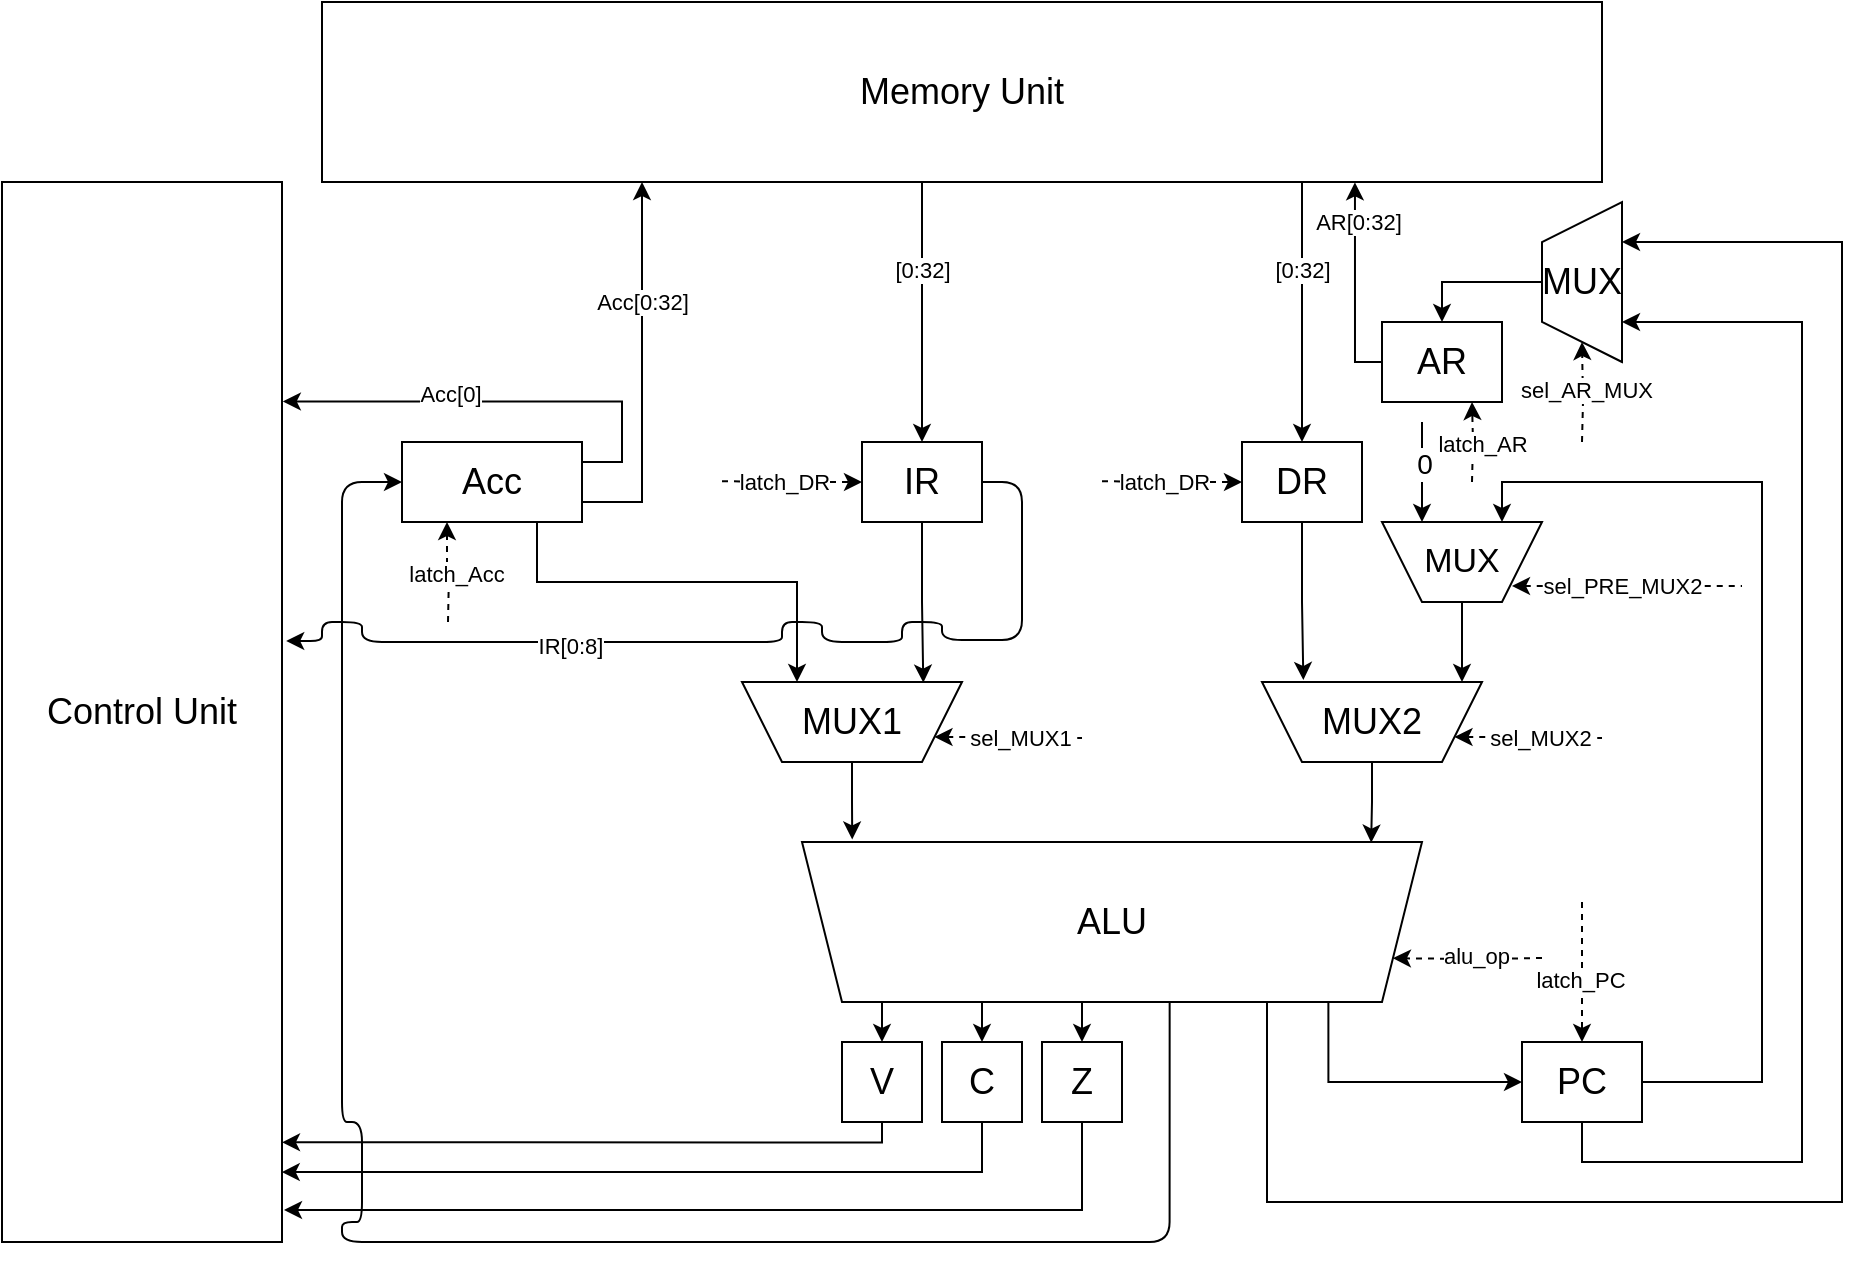
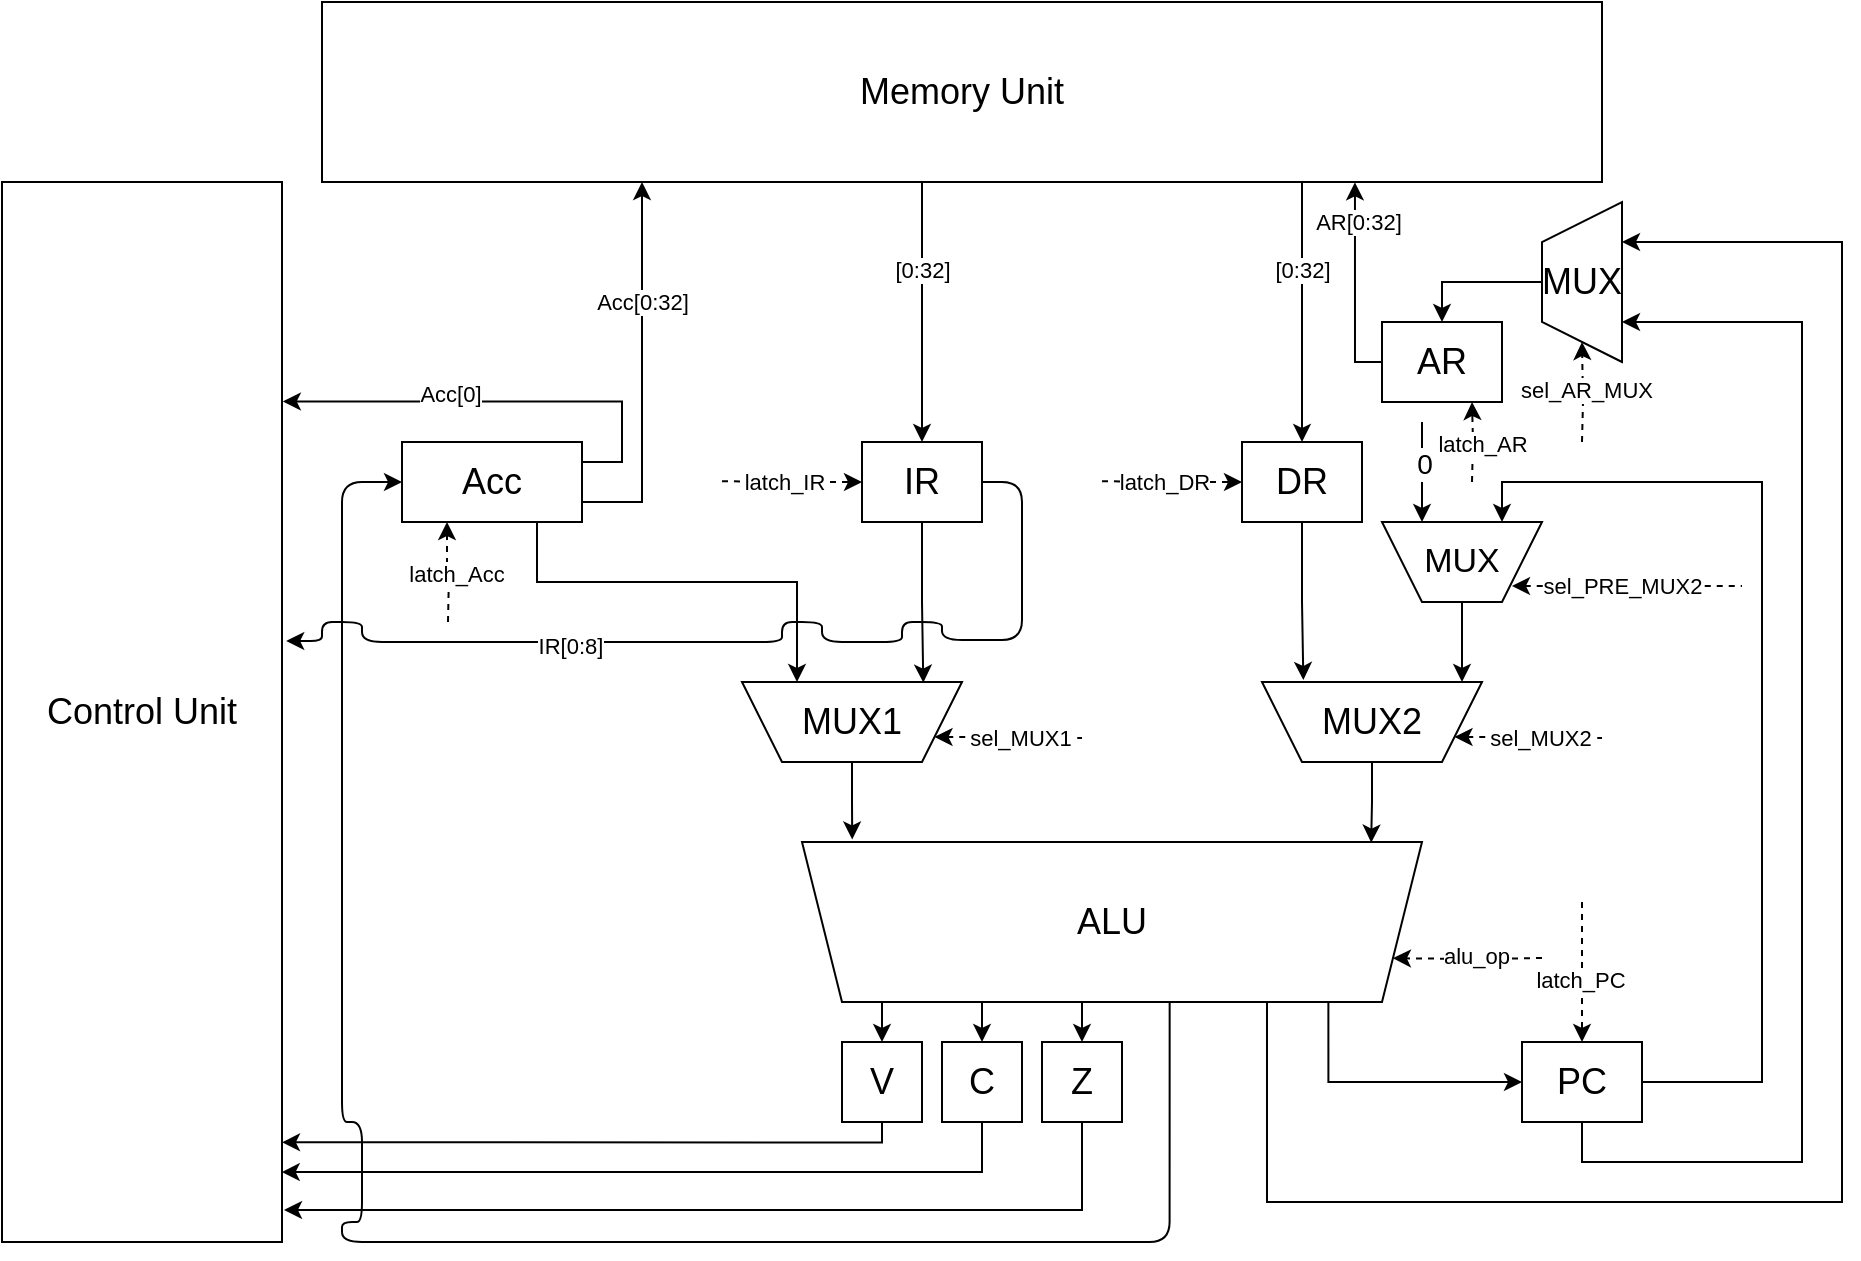
<mxfile host="app.diagrams.net">
  <diagram name="Страница-1" id="vLiC8cx5qMz4jGFI_Zea">
-     <mxGraphModel dx="2038" dy="1808" grid="1" gridSize="10" guides="1" tooltips="1" connect="1" arrows="1" fold="1" page="1" pageScale="1" pageWidth="827" pageHeight="1169" math="0" shadow="0">
+     <mxGraphModel dx="1611" dy="1039" grid="1" gridSize="10" guides="1" tooltips="1" connect="1" arrows="1" fold="1" page="0" pageScale="1" pageWidth="827" pageHeight="1169" math="0" shadow="0">
      <root>
        <mxCell id="0" />
        <mxCell id="1" parent="0" />
        <mxCell id="wsrdj6otDHAAljCVwfVV-24" edge="1" parent="1" source="wsrdj6otDHAAljCVwfVV-1" style="edgeStyle=orthogonalEdgeStyle;rounded=0;orthogonalLoop=1;jettySize=auto;html=1;entryX=0.5;entryY=0;entryDx=0;entryDy=0;" target="wsrdj6otDHAAljCVwfVV-20">
          <mxGeometry relative="1" as="geometry">
            <Array as="points">
              <mxPoint x="310" y="400" />
              <mxPoint x="310" y="400" />
            </Array>
          </mxGeometry>
        </mxCell>
        <mxCell id="wsrdj6otDHAAljCVwfVV-25" edge="1" parent="1" source="wsrdj6otDHAAljCVwfVV-1" style="edgeStyle=orthogonalEdgeStyle;rounded=0;orthogonalLoop=1;jettySize=auto;html=1;entryX=0.5;entryY=0;entryDx=0;entryDy=0;" target="wsrdj6otDHAAljCVwfVV-21">
          <mxGeometry relative="1" as="geometry">
            <Array as="points">
              <mxPoint x="360" y="410" />
              <mxPoint x="360" y="410" />
            </Array>
          </mxGeometry>
        </mxCell>
        <mxCell id="wsrdj6otDHAAljCVwfVV-26" edge="1" parent="1" source="wsrdj6otDHAAljCVwfVV-1" style="edgeStyle=orthogonalEdgeStyle;rounded=0;orthogonalLoop=1;jettySize=auto;html=1;entryX=0.5;entryY=0;entryDx=0;entryDy=0;" target="wsrdj6otDHAAljCVwfVV-22">
          <mxGeometry relative="1" as="geometry">
            <Array as="points">
              <mxPoint x="410" y="410" />
              <mxPoint x="410" y="410" />
            </Array>
          </mxGeometry>
        </mxCell>
        <mxCell id="wsrdj6otDHAAljCVwfVV-43" edge="1" parent="1" source="wsrdj6otDHAAljCVwfVV-1" style="edgeStyle=orthogonalEdgeStyle;rounded=1;orthogonalLoop=1;jettySize=auto;html=1;exitX=0.407;exitY=0.004;exitDx=0;exitDy=0;curved=0;entryX=0;entryY=0.5;entryDx=0;entryDy=0;exitPerimeter=0;" target="wsrdj6otDHAAljCVwfVV-27">
          <mxGeometry relative="1" as="geometry">
            <Array as="points">
              <mxPoint x="454" y="520" />
              <mxPoint x="40" y="520" />
              <mxPoint x="40" y="510" />
              <mxPoint x="50" y="510" />
              <mxPoint x="50" y="460" />
              <mxPoint x="40" y="460" />
              <mxPoint x="40" y="140" />
            </Array>
            <mxPoint x="50" y="390" as="targetPoint" />
          </mxGeometry>
        </mxCell>
        <mxCell id="wsrdj6otDHAAljCVwfVV-58" edge="1" parent="1" source="wsrdj6otDHAAljCVwfVV-1" style="edgeStyle=orthogonalEdgeStyle;rounded=0;orthogonalLoop=1;jettySize=auto;html=1;exitX=0.151;exitY=-0.003;exitDx=0;exitDy=0;entryX=0;entryY=0.5;entryDx=0;entryDy=0;exitPerimeter=0;" target="wsrdj6otDHAAljCVwfVV-57">
          <mxGeometry relative="1" as="geometry">
            <mxPoint x="509.9999999999998" y="410.0000000000002" as="targetPoint" />
          </mxGeometry>
        </mxCell>
        <mxCell id="wsrdj6otDHAAljCVwfVV-72" edge="1" parent="1" source="wsrdj6otDHAAljCVwfVV-1" style="edgeStyle=orthogonalEdgeStyle;rounded=0;orthogonalLoop=1;jettySize=auto;html=1;exitX=0.25;exitY=0;exitDx=0;exitDy=0;entryX=0.75;entryY=1;entryDx=0;entryDy=0;" target="wsrdj6otDHAAljCVwfVV-70">
          <mxGeometry relative="1" as="geometry">
            <Array as="points">
              <mxPoint x="503" y="500" />
              <mxPoint x="790" y="500" />
              <mxPoint x="790" y="20" />
            </Array>
          </mxGeometry>
        </mxCell>
        <mxCell id="wsrdj6otDHAAljCVwfVV-1" parent="1" style="shape=trapezoid;perimeter=trapezoidPerimeter;whiteSpace=wrap;html=1;fixedSize=1;direction=west;" value="&lt;font style=&quot;font-size: 18px;&quot;&gt;ALU&lt;/font&gt;" vertex="1">
          <mxGeometry height="80" width="310" x="270" y="320" as="geometry" />
        </mxCell>
        <mxCell id="wsrdj6otDHAAljCVwfVV-5" edge="1" parent="1" source="wsrdj6otDHAAljCVwfVV-2" style="edgeStyle=orthogonalEdgeStyle;rounded=0;orthogonalLoop=1;jettySize=auto;html=1;entryX=0.082;entryY=0.996;entryDx=0;entryDy=0;entryPerimeter=0;" target="wsrdj6otDHAAljCVwfVV-1" value="">
          <mxGeometry relative="1" as="geometry">
            <Array as="points" />
            <mxPoint x="555" y="320" as="targetPoint" />
          </mxGeometry>
        </mxCell>
        <mxCell id="wsrdj6otDHAAljCVwfVV-2" parent="1" style="shape=trapezoid;perimeter=trapezoidPerimeter;whiteSpace=wrap;html=1;fixedSize=1;direction=west;" value="&lt;font style=&quot;font-size: 18px;&quot;&gt;MUX2&lt;/font&gt;" vertex="1">
          <mxGeometry height="40" width="110" x="500" y="240" as="geometry" />
        </mxCell>
        <mxCell id="wsrdj6otDHAAljCVwfVV-4" edge="1" parent="1" source="wsrdj6otDHAAljCVwfVV-3" style="edgeStyle=orthogonalEdgeStyle;rounded=0;orthogonalLoop=1;jettySize=auto;html=1;entryX=0.919;entryY=1.016;entryDx=0;entryDy=0;entryPerimeter=0;" target="wsrdj6otDHAAljCVwfVV-1" value="">
          <mxGeometry relative="1" as="geometry">
            <Array as="points" />
            <mxPoint x="295" y="320" as="targetPoint" />
          </mxGeometry>
        </mxCell>
        <mxCell id="wsrdj6otDHAAljCVwfVV-3" parent="1" style="shape=trapezoid;perimeter=trapezoidPerimeter;whiteSpace=wrap;html=1;fixedSize=1;direction=west;" value="&lt;font style=&quot;font-size: 18px;&quot;&gt;MUX1&lt;/font&gt;" vertex="1">
          <mxGeometry height="40" width="110" x="240" y="240" as="geometry" />
        </mxCell>
        <mxCell id="wsrdj6otDHAAljCVwfVV-7" edge="1" parent="1" source="wsrdj6otDHAAljCVwfVV-3" style="edgeStyle=orthogonalEdgeStyle;rounded=0;orthogonalLoop=1;jettySize=auto;html=1;startArrow=classic;startFill=1;endArrow=none;endFill=0;dashed=1;exitX=0;exitY=0.25;exitDx=0;exitDy=0;">
          <mxGeometry relative="1" as="geometry">
            <mxPoint x="430" y="230" as="sourcePoint" />
            <mxPoint x="410" y="268" as="targetPoint" />
          </mxGeometry>
        </mxCell>
        <mxCell id="wsrdj6otDHAAljCVwfVV-8" connectable="0" parent="wsrdj6otDHAAljCVwfVV-7" style="edgeLabel;html=1;align=center;verticalAlign=middle;resizable=0;points=[];" value="sel_MUX1" vertex="1">
          <mxGeometry relative="1" x="0.0444" y="-1" as="geometry">
            <mxPoint x="3" y="-1" as="offset" />
          </mxGeometry>
        </mxCell>
        <mxCell id="wsrdj6otDHAAljCVwfVV-9" edge="1" parent="1" source="wsrdj6otDHAAljCVwfVV-2" style="edgeStyle=orthogonalEdgeStyle;rounded=0;orthogonalLoop=1;jettySize=auto;html=1;startArrow=classic;startFill=1;endArrow=none;endFill=0;dashed=1;exitX=0;exitY=0.25;exitDx=0;exitDy=0;">
          <mxGeometry relative="1" as="geometry">
            <mxPoint x="650" y="260" as="sourcePoint" />
            <mxPoint x="670" y="268" as="targetPoint" />
          </mxGeometry>
        </mxCell>
        <mxCell id="wsrdj6otDHAAljCVwfVV-10" connectable="0" parent="wsrdj6otDHAAljCVwfVV-9" style="edgeLabel;html=1;align=center;verticalAlign=middle;resizable=0;points=[];" value="sel_MUX2" vertex="1">
          <mxGeometry relative="1" x="0.0444" y="-1" as="geometry">
            <mxPoint x="3" y="-1" as="offset" />
          </mxGeometry>
        </mxCell>
        <mxCell id="wsrdj6otDHAAljCVwfVV-12" parent="1" style="rounded=0;whiteSpace=wrap;html=1;" value="&lt;font style=&quot;font-size: 18px;&quot;&gt;IR&lt;/font&gt;" vertex="1">
          <mxGeometry height="40" width="60" x="300" y="120" as="geometry" />
        </mxCell>
        <mxCell id="wsrdj6otDHAAljCVwfVV-13" edge="1" parent="1" source="wsrdj6otDHAAljCVwfVV-12" style="edgeStyle=orthogonalEdgeStyle;rounded=0;orthogonalLoop=1;jettySize=auto;html=1;entryX=0.176;entryY=0.992;entryDx=0;entryDy=0;entryPerimeter=0;" target="wsrdj6otDHAAljCVwfVV-3">
          <mxGeometry relative="1" as="geometry" />
        </mxCell>
        <mxCell id="wsrdj6otDHAAljCVwfVV-14" parent="1" style="rounded=0;whiteSpace=wrap;html=1;" value="&lt;font style=&quot;font-size: 18px;&quot;&gt;DR&lt;/font&gt;" vertex="1">
          <mxGeometry height="40" width="60" x="490" y="120" as="geometry" />
        </mxCell>
        <mxCell id="wsrdj6otDHAAljCVwfVV-15" edge="1" parent="1" source="wsrdj6otDHAAljCVwfVV-14" style="edgeStyle=orthogonalEdgeStyle;rounded=0;orthogonalLoop=1;jettySize=auto;html=1;entryX=0.812;entryY=1.025;entryDx=0;entryDy=0;entryPerimeter=0;" target="wsrdj6otDHAAljCVwfVV-2">
          <mxGeometry relative="1" as="geometry">
            <Array as="points" />
          </mxGeometry>
        </mxCell>
        <mxCell id="wsrdj6otDHAAljCVwfVV-16" edge="1" parent="1" style="edgeStyle=orthogonalEdgeStyle;rounded=0;orthogonalLoop=1;jettySize=auto;html=1;startArrow=none;startFill=0;endArrow=classic;endFill=1;dashed=1;" target="wsrdj6otDHAAljCVwfVV-14">
          <mxGeometry relative="1" as="geometry">
            <Array as="points" />
            <mxPoint x="420" y="139.57999999999998" as="sourcePoint" />
            <mxPoint x="490" y="139.57999999999998" as="targetPoint" />
          </mxGeometry>
        </mxCell>
        <mxCell id="wsrdj6otDHAAljCVwfVV-17" connectable="0" parent="wsrdj6otDHAAljCVwfVV-16" style="edgeLabel;html=1;align=center;verticalAlign=middle;resizable=0;points=[];" value="latch_DR" vertex="1">
          <mxGeometry relative="1" x="0.0444" y="-1" as="geometry">
            <mxPoint x="-6" y="-1" as="offset" />
          </mxGeometry>
        </mxCell>
        <mxCell id="wsrdj6otDHAAljCVwfVV-18" edge="1" parent="1" style="edgeStyle=orthogonalEdgeStyle;rounded=0;orthogonalLoop=1;jettySize=auto;html=1;startArrow=none;startFill=0;endArrow=classic;endFill=1;dashed=1;" target="wsrdj6otDHAAljCVwfVV-12">
          <mxGeometry relative="1" as="geometry">
            <Array as="points" />
            <mxPoint x="230" y="139.57999999999998" as="sourcePoint" />
            <mxPoint x="300" y="139.57999999999998" as="targetPoint" />
          </mxGeometry>
        </mxCell>
-         <mxCell id="wsrdj6otDHAAljCVwfVV-19" connectable="0" parent="wsrdj6otDHAAljCVwfVV-18" style="edgeLabel;html=1;align=center;verticalAlign=middle;resizable=0;points=[];" value="latch_DR" vertex="1">
+         <mxCell id="wsrdj6otDHAAljCVwfVV-19" connectable="0" parent="wsrdj6otDHAAljCVwfVV-18" style="edgeLabel;html=1;align=center;verticalAlign=middle;resizable=0;points=[];" value="latch_IR" vertex="1">
          <mxGeometry relative="1" x="0.0444" y="-1" as="geometry">
            <mxPoint x="-6" y="-1" as="offset" />
          </mxGeometry>
        </mxCell>
        <mxCell id="wsrdj6otDHAAljCVwfVV-20" parent="1" style="whiteSpace=wrap;html=1;aspect=fixed;" value="&lt;font style=&quot;font-size: 18px;&quot;&gt;V&lt;/font&gt;" vertex="1">
          <mxGeometry height="40" width="40" x="290" y="420" as="geometry" />
        </mxCell>
        <mxCell id="wsrdj6otDHAAljCVwfVV-21" parent="1" style="whiteSpace=wrap;html=1;aspect=fixed;" value="&lt;font style=&quot;font-size: 18px;&quot;&gt;C&lt;/font&gt;" vertex="1">
          <mxGeometry height="40" width="40" x="340" y="420" as="geometry" />
        </mxCell>
        <mxCell id="wsrdj6otDHAAljCVwfVV-22" parent="1" style="whiteSpace=wrap;html=1;aspect=fixed;" value="&lt;font style=&quot;font-size: 18px;&quot;&gt;Z&lt;/font&gt;" vertex="1">
          <mxGeometry height="40" width="40" x="390" y="420" as="geometry" />
        </mxCell>
        <mxCell id="wsrdj6otDHAAljCVwfVV-29" edge="1" parent="1" source="wsrdj6otDHAAljCVwfVV-27" style="edgeStyle=orthogonalEdgeStyle;rounded=0;orthogonalLoop=1;jettySize=auto;html=1;entryX=0.75;entryY=1;entryDx=0;entryDy=0;exitX=0.75;exitY=1;exitDx=0;exitDy=0;" target="wsrdj6otDHAAljCVwfVV-3">
          <mxGeometry relative="1" as="geometry">
            <Array as="points">
              <mxPoint x="138" y="190" />
              <mxPoint x="268" y="190" />
            </Array>
          </mxGeometry>
        </mxCell>
        <mxCell id="wsrdj6otDHAAljCVwfVV-33" edge="1" parent="1" source="wsrdj6otDHAAljCVwfVV-27" style="edgeStyle=orthogonalEdgeStyle;rounded=0;orthogonalLoop=1;jettySize=auto;html=1;entryX=1.003;entryY=0.207;entryDx=0;entryDy=0;entryPerimeter=0;exitX=1;exitY=0.25;exitDx=0;exitDy=0;" target="wsrdj6otDHAAljCVwfVV-32">
          <mxGeometry relative="1" as="geometry">
            <Array as="points">
              <mxPoint x="180" y="130" />
              <mxPoint x="180" y="100" />
            </Array>
            <mxPoint x="60" y="110" as="targetPoint" />
          </mxGeometry>
        </mxCell>
        <mxCell id="wsrdj6otDHAAljCVwfVV-34" edge="1" parent="1" source="wsrdj6otDHAAljCVwfVV-27" style="edgeStyle=orthogonalEdgeStyle;rounded=0;orthogonalLoop=1;jettySize=auto;html=1;entryX=0.25;entryY=1;entryDx=0;entryDy=0;exitX=1;exitY=0.75;exitDx=0;exitDy=0;" target="wsrdj6otDHAAljCVwfVV-30">
          <mxGeometry relative="1" as="geometry" />
        </mxCell>
        <mxCell id="wsrdj6otDHAAljCVwfVV-27" parent="1" style="rounded=0;whiteSpace=wrap;html=1;" value="&lt;font style=&quot;font-size: 18px;&quot;&gt;Acc&lt;/font&gt;" vertex="1">
          <mxGeometry height="40" width="90" x="70" y="120" as="geometry" />
        </mxCell>
        <mxCell id="wsrdj6otDHAAljCVwfVV-51" edge="1" parent="1" source="wsrdj6otDHAAljCVwfVV-30" style="edgeStyle=orthogonalEdgeStyle;rounded=0;orthogonalLoop=1;jettySize=auto;html=1;entryX=0.5;entryY=0;entryDx=0;entryDy=0;" target="wsrdj6otDHAAljCVwfVV-12">
          <mxGeometry relative="1" as="geometry">
            <Array as="points">
              <mxPoint x="330" y="90" />
              <mxPoint x="330" y="90" />
            </Array>
          </mxGeometry>
        </mxCell>
        <mxCell id="wsrdj6otDHAAljCVwfVV-52" connectable="0" parent="wsrdj6otDHAAljCVwfVV-51" style="edgeLabel;html=1;align=center;verticalAlign=middle;resizable=0;points=[];" value="[0:32]" vertex="1">
          <mxGeometry relative="1" x="-0.3222" as="geometry">
            <mxPoint as="offset" />
          </mxGeometry>
        </mxCell>
        <mxCell id="wsrdj6otDHAAljCVwfVV-30" parent="1" style="rounded=0;whiteSpace=wrap;html=1;" value="&lt;font style=&quot;font-size: 18px;&quot;&gt;Memory Unit&lt;/font&gt;" vertex="1">
          <mxGeometry height="90" width="640" x="30" y="-100" as="geometry" />
        </mxCell>
        <mxCell id="wsrdj6otDHAAljCVwfVV-32" parent="1" style="rounded=0;whiteSpace=wrap;html=1;" value="&lt;font style=&quot;font-size: 18px;&quot;&gt;Control Unit&lt;/font&gt;" vertex="1">
          <mxGeometry height="530" width="140" x="-130" y="-10" as="geometry" />
        </mxCell>
        <mxCell id="wsrdj6otDHAAljCVwfVV-39" edge="1" parent="1" source="wsrdj6otDHAAljCVwfVV-20" style="edgeStyle=orthogonalEdgeStyle;rounded=0;orthogonalLoop=1;jettySize=auto;html=1;entryX=1;entryY=0.906;entryDx=0;entryDy=0;entryPerimeter=0;" target="wsrdj6otDHAAljCVwfVV-32">
          <mxGeometry relative="1" as="geometry">
            <Array as="points">
              <mxPoint x="310" y="470" />
            </Array>
          </mxGeometry>
        </mxCell>
        <mxCell id="wsrdj6otDHAAljCVwfVV-40" edge="1" parent="1" source="wsrdj6otDHAAljCVwfVV-21" style="edgeStyle=orthogonalEdgeStyle;rounded=0;orthogonalLoop=1;jettySize=auto;html=1;entryX=0.999;entryY=0.934;entryDx=0;entryDy=0;entryPerimeter=0;" target="wsrdj6otDHAAljCVwfVV-32">
          <mxGeometry relative="1" as="geometry">
            <Array as="points">
              <mxPoint x="360" y="485" />
            </Array>
          </mxGeometry>
        </mxCell>
        <mxCell id="wsrdj6otDHAAljCVwfVV-42" edge="1" parent="1" source="wsrdj6otDHAAljCVwfVV-22" style="edgeStyle=orthogonalEdgeStyle;rounded=0;orthogonalLoop=1;jettySize=auto;html=1;">
          <mxGeometry relative="1" as="geometry">
            <Array as="points">
              <mxPoint x="410" y="504" />
              <mxPoint x="200" y="504" />
            </Array>
            <mxPoint x="11" y="504" as="targetPoint" />
          </mxGeometry>
        </mxCell>
        <mxCell id="wsrdj6otDHAAljCVwfVV-45" connectable="0" parent="1" style="edgeLabel;html=1;align=center;verticalAlign=middle;resizable=0;points=[];" value="Acc[0]" vertex="1">
          <mxGeometry x="110" y="10" as="geometry">
            <mxPoint x="-16" y="86" as="offset" />
          </mxGeometry>
        </mxCell>
        <mxCell id="wsrdj6otDHAAljCVwfVV-46" connectable="0" parent="1" style="edgeLabel;html=1;align=center;verticalAlign=middle;resizable=0;points=[];" value="Acc[0:32]" vertex="1">
          <mxGeometry x="190" y="50" as="geometry" />
        </mxCell>
        <mxCell id="wsrdj6otDHAAljCVwfVV-47" edge="1" parent="1" style="edgeStyle=orthogonalEdgeStyle;rounded=0;orthogonalLoop=1;jettySize=auto;html=1;startArrow=none;startFill=0;endArrow=classic;endFill=1;dashed=1;entryX=0.25;entryY=1;entryDx=0;entryDy=0;" target="wsrdj6otDHAAljCVwfVV-27">
          <mxGeometry relative="1" as="geometry">
            <Array as="points" />
            <mxPoint x="93" y="210" as="sourcePoint" />
            <mxPoint x="120" y="300" as="targetPoint" />
          </mxGeometry>
        </mxCell>
        <mxCell id="wsrdj6otDHAAljCVwfVV-48" connectable="0" parent="wsrdj6otDHAAljCVwfVV-47" style="edgeLabel;html=1;align=center;verticalAlign=middle;resizable=0;points=[];" value="latch_Acc" vertex="1">
          <mxGeometry relative="1" x="0.0444" y="-1" as="geometry">
            <mxPoint x="3" y="1" as="offset" />
          </mxGeometry>
        </mxCell>
        <mxCell id="wsrdj6otDHAAljCVwfVV-49" edge="1" parent="1" source="wsrdj6otDHAAljCVwfVV-12" style="edgeStyle=orthogonalEdgeStyle;rounded=1;orthogonalLoop=1;jettySize=auto;html=1;curved=0;entryX=1.015;entryY=0.433;entryDx=0;entryDy=0;entryPerimeter=0;exitX=1;exitY=0.5;exitDx=0;exitDy=0;" target="wsrdj6otDHAAljCVwfVV-32">
          <mxGeometry relative="1" as="geometry">
            <Array as="points">
              <mxPoint x="380" y="140" />
              <mxPoint x="380" y="219" />
              <mxPoint x="340" y="219" />
              <mxPoint x="340" y="210" />
              <mxPoint x="320" y="210" />
              <mxPoint x="320" y="220" />
              <mxPoint x="280" y="220" />
              <mxPoint x="280" y="210" />
              <mxPoint x="260" y="210" />
              <mxPoint x="260" y="220" />
              <mxPoint x="50" y="220" />
              <mxPoint x="50" y="210" />
              <mxPoint x="30" y="210" />
              <mxPoint x="30" y="220" />
            </Array>
            <mxPoint x="400" y="219" as="sourcePoint" />
            <mxPoint x="80" y="200" as="targetPoint" />
          </mxGeometry>
        </mxCell>
        <mxCell id="wsrdj6otDHAAljCVwfVV-83" connectable="0" parent="wsrdj6otDHAAljCVwfVV-49" style="edgeLabel;html=1;align=center;verticalAlign=middle;resizable=0;points=[];" value="IR[0:8]" vertex="1">
          <mxGeometry relative="1" x="0.3894" y="2" as="geometry">
            <mxPoint x="1" as="offset" />
          </mxGeometry>
        </mxCell>
        <mxCell id="wsrdj6otDHAAljCVwfVV-53" edge="1" parent="1" source="wsrdj6otDHAAljCVwfVV-30" style="edgeStyle=orthogonalEdgeStyle;rounded=0;orthogonalLoop=1;jettySize=auto;html=1;" target="wsrdj6otDHAAljCVwfVV-14">
          <mxGeometry relative="1" as="geometry">
            <Array as="points">
              <mxPoint x="520" y="90" />
              <mxPoint x="520" y="90" />
            </Array>
            <mxPoint x="519.58" y="80" as="sourcePoint" />
            <mxPoint x="519.58" y="120" as="targetPoint" />
          </mxGeometry>
        </mxCell>
        <mxCell id="wsrdj6otDHAAljCVwfVV-54" connectable="0" parent="wsrdj6otDHAAljCVwfVV-53" style="edgeLabel;html=1;align=center;verticalAlign=middle;resizable=0;points=[];" value="[0:32]" vertex="1">
          <mxGeometry relative="1" x="-0.3222" as="geometry">
            <mxPoint as="offset" />
          </mxGeometry>
        </mxCell>
        <mxCell id="wsrdj6otDHAAljCVwfVV-55" edge="1" parent="1" style="edgeStyle=orthogonalEdgeStyle;rounded=0;orthogonalLoop=1;jettySize=auto;html=1;startArrow=none;startFill=0;endArrow=classic;endFill=1;dashed=1;entryX=0;entryY=0.25;entryDx=0;entryDy=0;" target="wsrdj6otDHAAljCVwfVV-1">
          <mxGeometry relative="1" as="geometry">
            <mxPoint x="640" y="378" as="sourcePoint" />
            <mxPoint x="570" y="380" as="targetPoint" />
          </mxGeometry>
        </mxCell>
        <mxCell id="wsrdj6otDHAAljCVwfVV-56" connectable="0" parent="wsrdj6otDHAAljCVwfVV-55" style="edgeLabel;html=1;align=center;verticalAlign=middle;resizable=0;points=[];" value="alu_op" vertex="1">
          <mxGeometry relative="1" x="0.0444" y="-1" as="geometry">
            <mxPoint x="5" as="offset" />
          </mxGeometry>
        </mxCell>
        <mxCell id="wsrdj6otDHAAljCVwfVV-64" edge="1" parent="1" source="wsrdj6otDHAAljCVwfVV-57" style="edgeStyle=orthogonalEdgeStyle;rounded=0;orthogonalLoop=1;jettySize=auto;html=1;entryX=0.25;entryY=1;entryDx=0;entryDy=0;" target="wsrdj6otDHAAljCVwfVV-59">
          <mxGeometry relative="1" as="geometry">
            <Array as="points">
              <mxPoint x="750" y="440" />
              <mxPoint x="750" y="140" />
              <mxPoint x="620" y="140" />
            </Array>
            <mxPoint x="700" y="160" as="targetPoint" />
          </mxGeometry>
        </mxCell>
        <mxCell id="wsrdj6otDHAAljCVwfVV-71" edge="1" parent="1" source="wsrdj6otDHAAljCVwfVV-57" style="edgeStyle=orthogonalEdgeStyle;rounded=0;orthogonalLoop=1;jettySize=auto;html=1;entryX=0.25;entryY=1;entryDx=0;entryDy=0;exitX=0.5;exitY=1;exitDx=0;exitDy=0;" target="wsrdj6otDHAAljCVwfVV-70">
          <mxGeometry relative="1" as="geometry">
            <Array as="points">
              <mxPoint x="660" y="480" />
              <mxPoint x="770" y="480" />
              <mxPoint x="770" y="60" />
            </Array>
          </mxGeometry>
        </mxCell>
        <mxCell id="wsrdj6otDHAAljCVwfVV-57" parent="1" style="rounded=0;whiteSpace=wrap;html=1;" value="&lt;font style=&quot;font-size: 18px;&quot;&gt;PC&lt;/font&gt;" vertex="1">
          <mxGeometry height="40" width="60" x="630" y="420" as="geometry" />
        </mxCell>
        <mxCell id="wsrdj6otDHAAljCVwfVV-59" parent="1" style="shape=trapezoid;perimeter=trapezoidPerimeter;whiteSpace=wrap;html=1;fixedSize=1;direction=west;" value="&lt;font style=&quot;font-size: 17px;&quot;&gt;MUX&lt;/font&gt;" vertex="1">
          <mxGeometry height="40" width="80" x="560" y="160" as="geometry" />
        </mxCell>
        <mxCell id="wsrdj6otDHAAljCVwfVV-61" edge="1" parent="1" source="wsrdj6otDHAAljCVwfVV-59" style="edgeStyle=orthogonalEdgeStyle;rounded=0;orthogonalLoop=1;jettySize=auto;html=1;">
          <mxGeometry relative="1" as="geometry">
            <mxPoint x="600" y="240" as="targetPoint" />
          </mxGeometry>
        </mxCell>
        <mxCell id="wsrdj6otDHAAljCVwfVV-62" edge="1" parent="1" source="wsrdj6otDHAAljCVwfVV-59" style="edgeStyle=orthogonalEdgeStyle;rounded=0;orthogonalLoop=1;jettySize=auto;html=1;endArrow=none;endFill=0;startArrow=classic;startFill=1;exitX=0.75;exitY=1;exitDx=0;exitDy=0;">
          <mxGeometry relative="1" as="geometry">
            <mxPoint x="670" y="120" as="sourcePoint" />
            <mxPoint x="580" y="110" as="targetPoint" />
          </mxGeometry>
        </mxCell>
        <mxCell id="wsrdj6otDHAAljCVwfVV-63" connectable="0" parent="wsrdj6otDHAAljCVwfVV-62" style="edgeLabel;html=1;align=center;verticalAlign=middle;resizable=0;points=[];fontSize=14;" value="0" vertex="1">
          <mxGeometry relative="1" x="0.0222" y="1" as="geometry">
            <mxPoint x="1" y="-4" as="offset" />
          </mxGeometry>
        </mxCell>
        <mxCell id="wsrdj6otDHAAljCVwfVV-65" edge="1" parent="1" style="edgeStyle=orthogonalEdgeStyle;rounded=0;orthogonalLoop=1;jettySize=auto;html=1;startArrow=none;startFill=0;endArrow=classic;endFill=1;dashed=1;entryX=0.5;entryY=0;entryDx=0;entryDy=0;" target="wsrdj6otDHAAljCVwfVV-57">
          <mxGeometry relative="1" as="geometry">
            <Array as="points">
              <mxPoint x="660" y="400" />
            </Array>
            <mxPoint x="660" y="350" as="sourcePoint" />
            <mxPoint x="695" y="400" as="targetPoint" />
          </mxGeometry>
        </mxCell>
        <mxCell id="wsrdj6otDHAAljCVwfVV-67" connectable="0" parent="wsrdj6otDHAAljCVwfVV-65" style="edgeLabel;html=1;align=center;verticalAlign=middle;resizable=0;points=[];" value="latch_PC" vertex="1">
          <mxGeometry relative="1" x="0.1016" y="-1" as="geometry">
            <mxPoint as="offset" />
          </mxGeometry>
        </mxCell>
        <mxCell id="wsrdj6otDHAAljCVwfVV-68" edge="1" parent="1" style="edgeStyle=orthogonalEdgeStyle;rounded=0;orthogonalLoop=1;jettySize=auto;html=1;startArrow=classic;startFill=1;endArrow=none;endFill=0;dashed=1;exitX=0;exitY=0;exitDx=0;exitDy=0;">
          <mxGeometry relative="1" as="geometry">
            <mxPoint x="625" y="191.99999999999977" as="sourcePoint" />
            <mxPoint x="740" y="192" as="targetPoint" />
          </mxGeometry>
        </mxCell>
        <mxCell id="wsrdj6otDHAAljCVwfVV-69" connectable="0" parent="wsrdj6otDHAAljCVwfVV-68" style="edgeLabel;html=1;align=center;verticalAlign=middle;resizable=0;points=[];" value="sel_PRE_MUX2" vertex="1">
          <mxGeometry relative="1" x="0.0444" y="-1" as="geometry">
            <mxPoint x="-5" y="-1" as="offset" />
          </mxGeometry>
        </mxCell>
        <mxCell id="wsrdj6otDHAAljCVwfVV-76" edge="1" parent="1" source="wsrdj6otDHAAljCVwfVV-70" style="edgeStyle=orthogonalEdgeStyle;rounded=0;orthogonalLoop=1;jettySize=auto;html=1;entryX=0.5;entryY=0;entryDx=0;entryDy=0;" target="wsrdj6otDHAAljCVwfVV-73">
          <mxGeometry relative="1" as="geometry" />
        </mxCell>
        <mxCell id="wsrdj6otDHAAljCVwfVV-70" parent="1" style="shape=trapezoid;perimeter=trapezoidPerimeter;whiteSpace=wrap;html=1;fixedSize=1;direction=north;" value="&lt;font style=&quot;font-size: 18px;&quot;&gt;MUX&lt;/font&gt;" vertex="1">
          <mxGeometry height="80" width="40" x="640" as="geometry" />
        </mxCell>
        <mxCell id="wsrdj6otDHAAljCVwfVV-73" parent="1" style="rounded=0;whiteSpace=wrap;html=1;" value="&lt;font style=&quot;font-size: 18px;&quot;&gt;AR&lt;/font&gt;" vertex="1">
          <mxGeometry height="40" width="60" x="560" y="60" as="geometry" />
        </mxCell>
        <mxCell id="wsrdj6otDHAAljCVwfVV-77" edge="1" parent="1" source="wsrdj6otDHAAljCVwfVV-73" style="edgeStyle=orthogonalEdgeStyle;rounded=0;orthogonalLoop=1;jettySize=auto;html=1;entryX=0.807;entryY=1.002;entryDx=0;entryDy=0;entryPerimeter=0;" target="wsrdj6otDHAAljCVwfVV-30">
          <mxGeometry relative="1" as="geometry">
            <Array as="points">
              <mxPoint x="547" y="80" />
            </Array>
          </mxGeometry>
        </mxCell>
        <mxCell id="wsrdj6otDHAAljCVwfVV-78" edge="1" parent="1" style="edgeStyle=orthogonalEdgeStyle;rounded=0;orthogonalLoop=1;jettySize=auto;html=1;startArrow=none;startFill=0;endArrow=classic;endFill=1;dashed=1;entryX=0;entryY=0.5;entryDx=0;entryDy=0;" target="wsrdj6otDHAAljCVwfVV-70">
          <mxGeometry relative="1" as="geometry">
            <mxPoint x="660" y="120" as="sourcePoint" />
            <mxPoint x="700" y="110" as="targetPoint" />
          </mxGeometry>
        </mxCell>
        <mxCell id="wsrdj6otDHAAljCVwfVV-79" connectable="0" parent="wsrdj6otDHAAljCVwfVV-78" style="edgeLabel;html=1;align=center;verticalAlign=middle;resizable=0;points=[];" value="sel_AR_MUX" vertex="1">
          <mxGeometry relative="1" x="0.0444" y="-1" as="geometry">
            <mxPoint x="1" as="offset" />
          </mxGeometry>
        </mxCell>
        <mxCell id="wsrdj6otDHAAljCVwfVV-80" connectable="0" parent="1" style="edgeLabel;html=1;align=center;verticalAlign=middle;resizable=0;points=[];" value="AR[0:32]" vertex="1">
          <mxGeometry x="540" y="10" as="geometry">
            <mxPoint x="8" as="offset" />
          </mxGeometry>
        </mxCell>
        <mxCell id="wsrdj6otDHAAljCVwfVV-81" edge="1" parent="1" style="edgeStyle=orthogonalEdgeStyle;rounded=0;orthogonalLoop=1;jettySize=auto;html=1;startArrow=none;startFill=0;endArrow=classic;endFill=1;dashed=1;entryX=0.75;entryY=1;entryDx=0;entryDy=0;" target="wsrdj6otDHAAljCVwfVV-73">
          <mxGeometry relative="1" as="geometry">
            <Array as="points" />
            <mxPoint x="605" y="140" as="sourcePoint" />
            <mxPoint x="690" y="130" as="targetPoint" />
          </mxGeometry>
        </mxCell>
        <mxCell id="wsrdj6otDHAAljCVwfVV-82" connectable="0" parent="wsrdj6otDHAAljCVwfVV-81" style="edgeLabel;html=1;align=center;verticalAlign=middle;resizable=0;points=[];" value="latch_AR" vertex="1">
          <mxGeometry relative="1" x="0.0444" y="-1" as="geometry">
            <mxPoint x="4" y="1" as="offset" />
          </mxGeometry>
        </mxCell>
      </root>
    </mxGraphModel>
  </diagram>
</mxfile>
